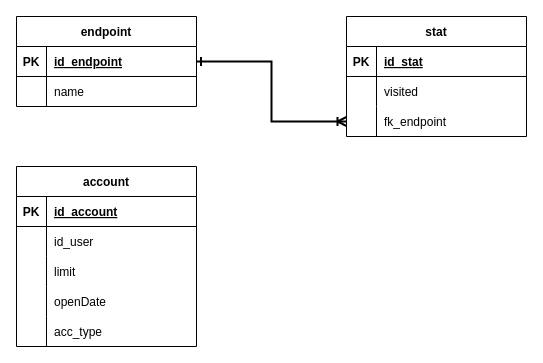
Above: er/er.drawio in Scarlet-Horizon/cr24-account-stat (draw.io), before the change. Source tidied: cells renumbered, new cells numbered last; positions are measured from the earlier drawing's top-left corner, leaving out a move shared by most shapes. Both pictures are drawn from the tidied source at 100%, with x=0, y=0 at pixel (16, 16).
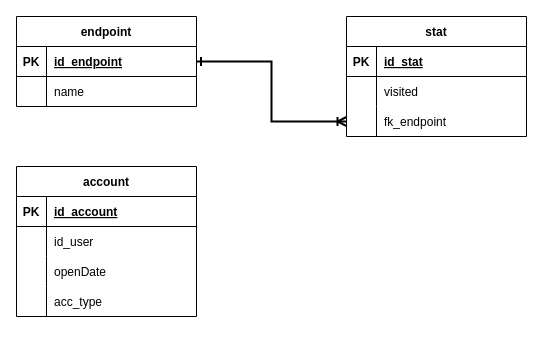
The same page after the edit.

Change to the diagram source:
```diff
@@
     <mxCell id="20" value="account" style="shape=table;startSize=30;childLayout=tableLayout;rowLines=0;fontStyle=1;align=center;" parent="1" vertex="1">
-      <mxGeometry y="150" width="180" height="180" as="geometry" />
+      <mxGeometry y="150" width="180" height="150" as="geometry" />
     </mxCell>
@@
-    <mxCell id="27" style="shape=tableRow;horizontal=0;startSize=0;swimlaneHead=0;swimlaneBody=0;fillColor=none;top=0;left=0;right=0;bottom=0;" parent="20" vertex="1">
-      <mxGeometry y="90" width="180" height="30" as="geometry" />
-    </mxCell>
-    <mxCell id="28" style="shape=partialRectangle;fillColor=none;top=0;left=0;bottom=0;right=0;overflow=hidden;" parent="27" vertex="1">
-      <mxGeometry width="30" height="30" as="geometry" />
-    </mxCell>
-    <mxCell id="29" value="limit" style="shape=partialRectangle;fillColor=none;top=0;left=0;bottom=0;right=0;align=left;spacingLeft=6;overflow=hidden;" parent="27" vertex="1">
-      <mxGeometry x="30" width="150" height="30" as="geometry" />
-    </mxCell>
     <mxCell id="30" style="shape=tableRow;horizontal=0;startSize=0;swimlaneHead=0;swimlaneBody=0;fillColor=none;top=0;left=0;right=0;bottom=0;" parent="20" vertex="1">
-      <mxGeometry y="120" width="180" height="30" as="geometry" />
+      <mxGeometry y="90" width="180" height="30" as="geometry" />
     </mxCell>
@@
     <mxCell id="33" style="shape=tableRow;horizontal=0;startSize=0;swimlaneHead=0;swimlaneBody=0;fillColor=none;top=0;left=0;right=0;bottom=0;" parent="20" vertex="1">
-      <mxGeometry y="150" width="180" height="30" as="geometry" />
+      <mxGeometry y="120" width="180" height="30" as="geometry" />
     </mxCell>
```
